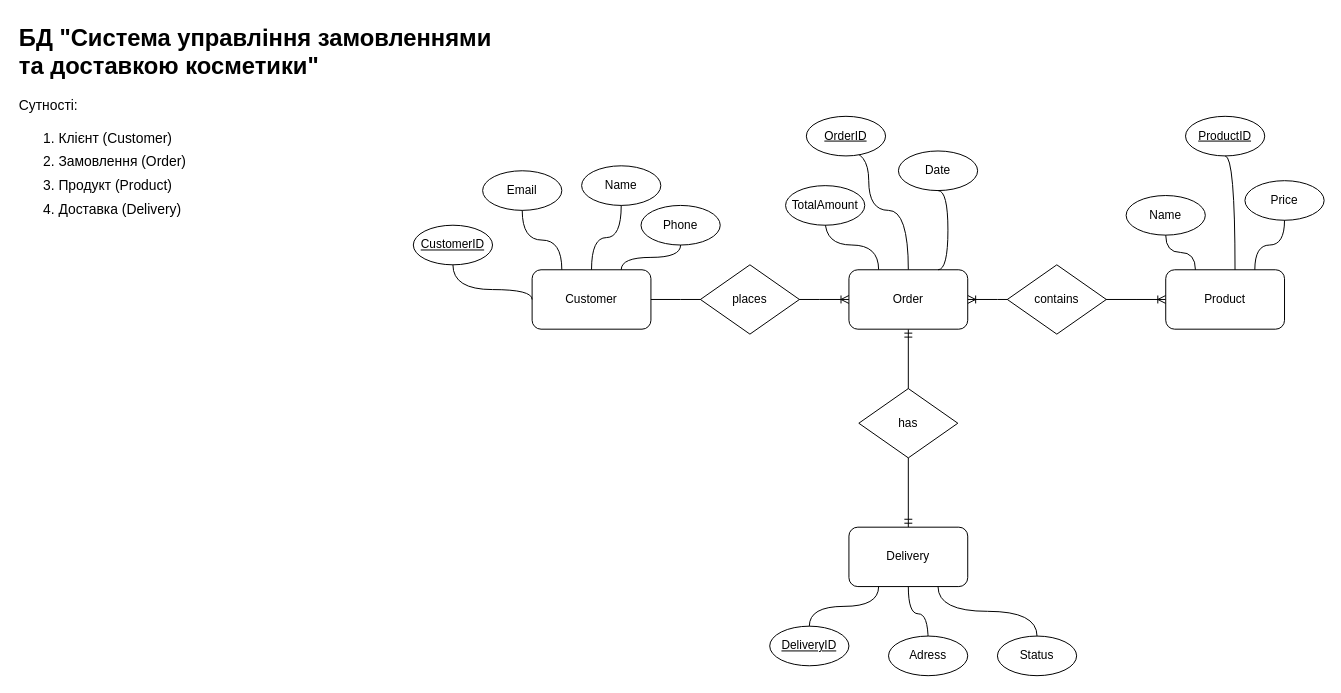
This is Система управління замовленнями та доставкою косметики.drawio from Clemence25/BDZU, a draw.io file, before an edit. Source tidied: cells renumbered, new cells numbered last; positions are measured from the earlier drawing's top-left corner, leaving out a move shared by most shapes. Both pictures are drawn from the tidied source at 99%, with x=0, y=0 at pixel (17, 17).
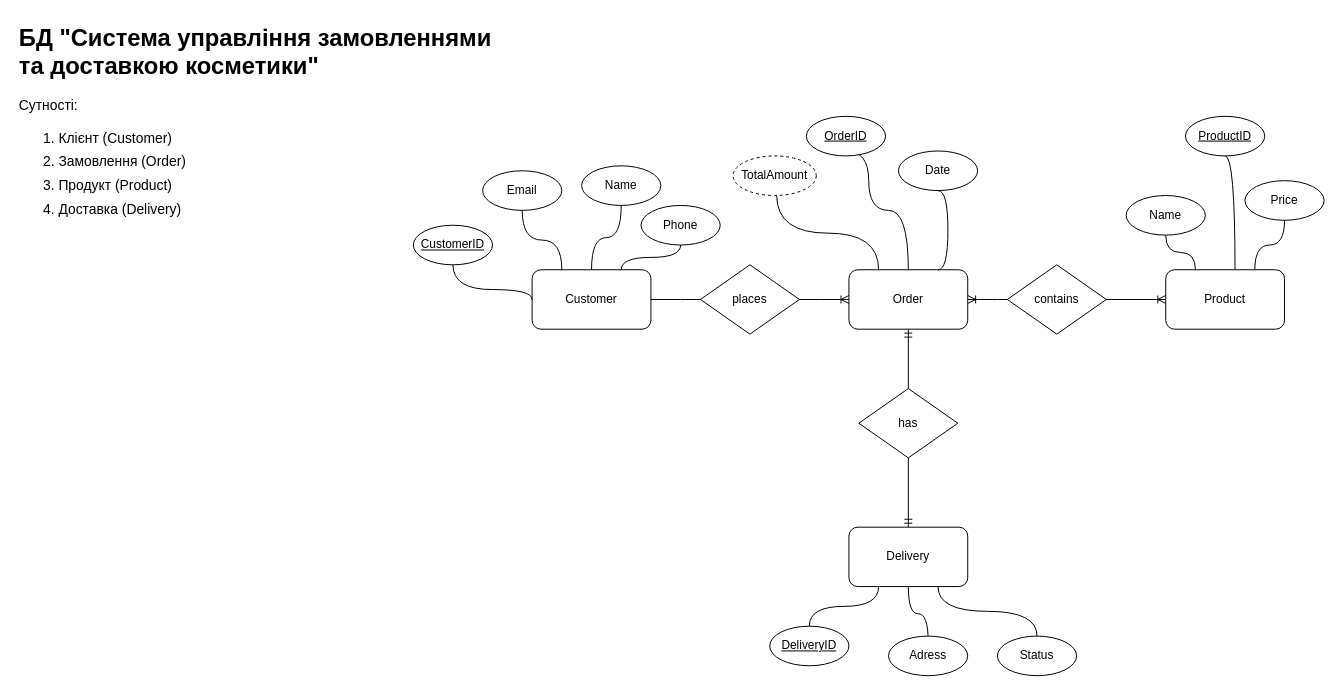
After the change.

Unchanged cells that the change refers to:
```xml
<mxCell id="9" style="rounded=1;whiteSpace=wrap;html=1;" parent="1" vertex="1">
  <mxGeometry x="840" y="255" width="120" height="60" as="geometry" />
</mxCell>
```

The edit, as a diff of the source:
```diff
@@
-    <mxCell id="6" style="endArrow=none;html=1;rounded=0;exitX=0.25;exitY=0;exitDx=0;exitDy=0;entryX=0.5;entryY=1;entryDx=0;entryDy=0;edgeStyle=orthogonalEdgeStyle;curved=1;" parent="1" edge="1" source="9" target="39">
-      <mxGeometry relative="1" as="geometry" />
+    <mxCell id="6" style="endArrow=none;html=1;rounded=0;exitX=0.25;exitY=0;exitDx=0;exitDy=0;entryX=0.5;entryY=1;entryDx=0;entryDy=0;edgeStyle=orthogonalEdgeStyle;curved=1;" parent="1" edge="1" source="9">
+      <mxGeometry relative="1" as="geometry">
+        <mxPoint x="767" y="180" as="targetPoint" />
+      </mxGeometry>
     </mxCell>
@@
-    <mxCell id="29" style="ellipse;whiteSpace=wrap;html=1;" parent="1" vertex="1">
-      <mxGeometry x="776" y="170" width="80" height="40" as="geometry" />
-    </mxCell>
@@
-    <mxCell id="39" value="TotalAmount" style="text;html=1;align=center;verticalAlign=middle;whiteSpace=wrap;rounded=0;" parent="1" vertex="1">
-      <mxGeometry x="786" y="175" width="60" height="30" as="geometry" />
-    </mxCell>
@@
+    <mxCell id="39" value="TotalAmount" style="ellipse;whiteSpace=wrap;html=1;align=center;dashed=1;" parent="1" vertex="1">
+      <mxGeometry x="723" y="140" width="84" height="40" as="geometry" />
+    </mxCell>
```
